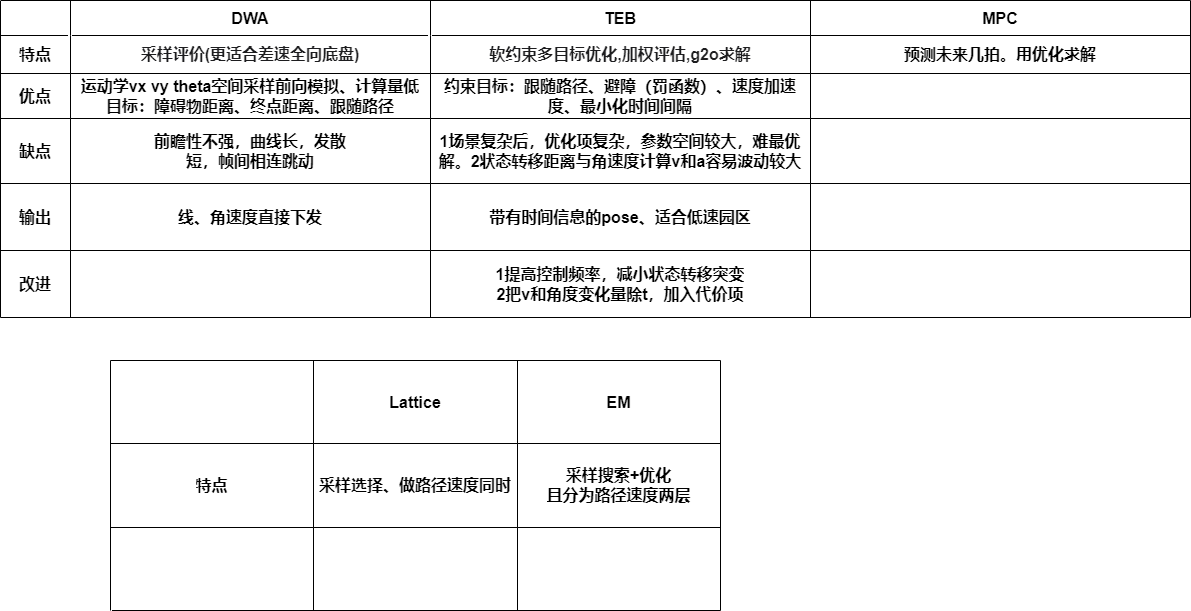
The draw.io diagram fisrst.drawio.png in JonHarold/MAPF, before a commit. Source tidied: cells renumbered, new cells last; positions are measured from the earlier drawing's top-left corner, leaving out a move shared by most shapes.
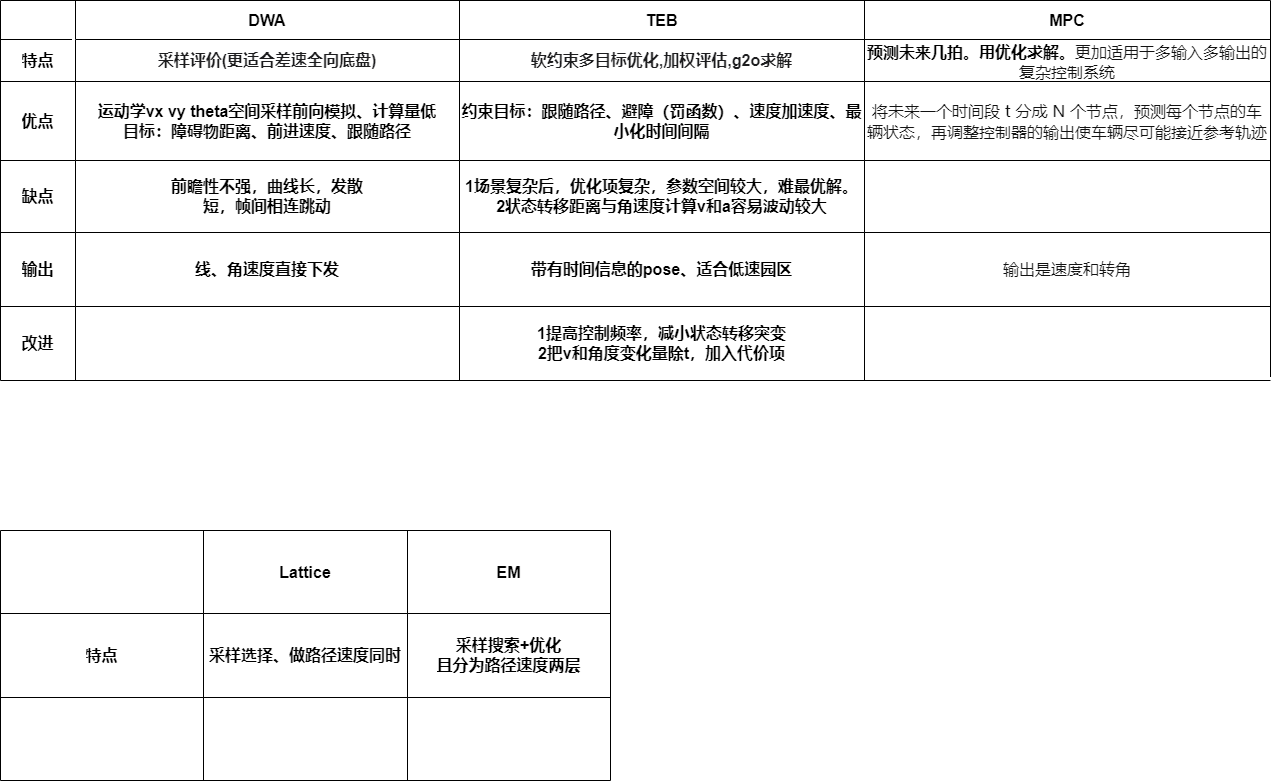
After the commit.

Diff of the diagram source:
```diff
@@ -3,100 +3,100 @@
     <mxCell id="0" />
     <mxCell id="1" parent="0" />
     <mxCell id="2" style="shape=table;startSize=0;fontSize=16;fontStyle=1;" parent="1" vertex="1">
-      <mxGeometry width="1190" height="317" as="geometry" />
+      <mxGeometry x="-10" width="1270" height="380" as="geometry" />
     </mxCell>
     <mxCell id="3" style="shape=tableRow;horizontal=0;startSize=0;swimlaneHead=0;swimlaneBody=0;top=0;left=0;bottom=0;right=0;fillColor=none;fontSize=16;fontStyle=1;" parent="2" vertex="1">
-      <mxGeometry width="1190" height="35" as="geometry" />
+      <mxGeometry width="1270" height="39" as="geometry" />
     </mxCell>
     <mxCell id="4" style="shape=partialRectangle;html=1;whiteSpace=wrap;overflow=hidden;fillColor=none;top=0;left=0;bottom=0;right=0;fontSize=16;fontStyle=1;" parent="3" vertex="1">
-      <mxGeometry width="70" height="35" as="geometry" />
+      <mxGeometry width="75" height="39" as="geometry" />
     </mxCell>
     <mxCell id="5" value="DWA" style="shape=partialRectangle;html=1;whiteSpace=wrap;overflow=hidden;fillColor=none;top=0;left=0;bottom=0;right=0;fontSize=16;fontStyle=1;" parent="3" vertex="1">
-      <mxGeometry x="70" width="360" height="35" as="geometry" />
+      <mxGeometry x="75" width="384" height="39" as="geometry" />
     </mxCell>
     <mxCell id="6" value="TEB" style="shape=partialRectangle;html=1;whiteSpace=wrap;overflow=hidden;fillColor=none;top=0;left=0;bottom=0;right=0;fontSize=16;fontStyle=1;" parent="3" vertex="1">
-      <mxGeometry x="430" width="380" height="35" as="geometry" />
+      <mxGeometry x="459" width="405" height="39" as="geometry" />
     </mxCell>
     <mxCell id="7" value="MPC" style="shape=partialRectangle;html=1;whiteSpace=wrap;overflow=hidden;fillColor=none;top=0;left=0;bottom=0;right=0;fontSize=16;fontStyle=1;" parent="3" vertex="1">
-      <mxGeometry x="810" width="380" height="35" as="geometry" />
+      <mxGeometry x="864" width="406" height="39" as="geometry" />
     </mxCell>
     <mxCell id="8" style="shape=tableRow;horizontal=0;startSize=0;swimlaneHead=0;swimlaneBody=0;top=0;left=0;bottom=0;right=0;fillColor=none;fontSize=16;fontStyle=1;" parent="2" vertex="1">
-      <mxGeometry y="35" width="1190" height="38" as="geometry" />
+      <mxGeometry y="39" width="1270" height="42" as="geometry" />
     </mxCell>
     <mxCell id="9" value="特点" style="shape=partialRectangle;html=1;whiteSpace=wrap;overflow=hidden;fillColor=none;top=0;left=0;bottom=0;right=0;fontSize=16;fontStyle=1;" parent="8" vertex="1">
-      <mxGeometry width="70" height="38" as="geometry" />
+      <mxGeometry width="75" height="42" as="geometry" />
     </mxCell>
     <mxCell id="10" value="&lt;span style=&quot;color: rgb(29, 29, 31); font-family: SourceSansPro, -apple-system, &amp;quot;PingFang SC&amp;quot;, &amp;quot;Apple Color Emoji&amp;quot;, BlinkMacSystemFont, Helvetica, Arial, &amp;quot;Segoe UI Emoji&amp;quot;, &amp;quot;Segoe UI Symbol&amp;quot;, &amp;quot;Microsoft YaHei&amp;quot;, 微软雅黑, 黑体, Heiti, sans-serif, SimSun, 宋体, serif; font-size: 16px; text-align: start; background-color: rgb(255, 255, 255);&quot;&gt;采样评价(更适合差速全向底盘)&lt;/span&gt;" style="shape=partialRectangle;html=1;whiteSpace=wrap;overflow=hidden;fillColor=none;top=0;left=0;bottom=0;right=0;fontSize=16;fontStyle=1;" parent="8" vertex="1">
-      <mxGeometry x="70" width="360" height="38" as="geometry" />
+      <mxGeometry x="75" width="384" height="42" as="geometry" />
     </mxCell>
     <mxCell id="11" value="&lt;span style=&quot;color: rgb(29, 29, 31); font-family: SourceSansPro, -apple-system, &amp;quot;PingFang SC&amp;quot;, &amp;quot;Apple Color Emoji&amp;quot;, BlinkMacSystemFont, Helvetica, Arial, &amp;quot;Segoe UI Emoji&amp;quot;, &amp;quot;Segoe UI Symbol&amp;quot;, &amp;quot;Microsoft YaHei&amp;quot;, 微软雅黑, 黑体, Heiti, sans-serif, SimSun, 宋体, serif; font-size: 16px; text-align: start; background-color: rgb(255, 255, 255);&quot;&gt;软约束多目标优化,加权评估,g2o求解&lt;/span&gt;" style="shape=partialRectangle;html=1;whiteSpace=wrap;overflow=hidden;fillColor=none;top=0;left=0;bottom=0;right=0;fontSize=16;fontStyle=1;" parent="8" vertex="1">
-      <mxGeometry x="430" width="380" height="38" as="geometry" />
+      <mxGeometry x="459" width="405" height="42" as="geometry" />
     </mxCell>
-    <mxCell id="12" value="预测未来几拍。用优化求解" style="shape=partialRectangle;html=1;whiteSpace=wrap;overflow=hidden;fillColor=none;top=0;left=0;bottom=0;right=0;fontSize=16;fontStyle=1;" parent="8" vertex="1">
-      <mxGeometry x="810" width="380" height="38" as="geometry" />
+    <mxCell id="12" value="预测未来几拍。用优化求解。&lt;span style=&quot;color: rgb(18, 18, 18); font-family: -apple-system, BlinkMacSystemFont, &amp;quot;Helvetica Neue&amp;quot;, &amp;quot;PingFang SC&amp;quot;, &amp;quot;Microsoft YaHei&amp;quot;, &amp;quot;Source Han Sans SC&amp;quot;, &amp;quot;Noto Sans CJK SC&amp;quot;, &amp;quot;WenQuanYi Micro Hei&amp;quot;, sans-serif; font-size: medium; font-weight: 400; text-align: start; background-color: rgb(255, 255, 255);&quot;&gt;更加适用于多输入多输出的复杂控制系统&lt;/span&gt;" style="shape=partialRectangle;html=1;whiteSpace=wrap;overflow=hidden;fillColor=none;top=0;left=0;bottom=0;right=0;fontSize=16;fontStyle=1;" parent="8" vertex="1">
+      <mxGeometry x="864" width="406" height="42" as="geometry" />
     </mxCell>
     <mxCell id="13" style="shape=tableRow;horizontal=0;startSize=0;swimlaneHead=0;swimlaneBody=0;top=0;left=0;bottom=0;right=0;fillColor=none;fontSize=16;fontStyle=1;" parent="2" vertex="1">
-      <mxGeometry y="73" width="1190" height="45" as="geometry" />
+      <mxGeometry y="81" width="1270" height="79" as="geometry" />
     </mxCell>
     <mxCell id="14" value="优点" style="shape=partialRectangle;html=1;whiteSpace=wrap;overflow=hidden;fillColor=none;top=0;left=0;bottom=0;right=0;fontSize=16;fontStyle=1;" parent="13" vertex="1">
-      <mxGeometry width="70" height="45" as="geometry" />
+      <mxGeometry width="75" height="79" as="geometry" />
     </mxCell>
-    <mxCell id="15" value="运动学vx vy theta空间采样前向模拟、计算量低&lt;br&gt;目标：障碍物距离、终点距离、跟随路径" style="shape=partialRectangle;html=1;whiteSpace=wrap;overflow=hidden;fillColor=none;top=0;left=0;bottom=0;right=0;fontSize=16;fontStyle=1;" parent="13" vertex="1">
-      <mxGeometry x="70" width="360" height="45" as="geometry" />
+    <mxCell id="15" value="运动学vx vy theta空间采样前向模拟、计算量低&lt;br&gt;目标：障碍物距离、前进速度、跟随路径" style="shape=partialRectangle;html=1;whiteSpace=wrap;overflow=hidden;fillColor=none;top=0;left=0;bottom=0;right=0;fontSize=16;fontStyle=1;" parent="13" vertex="1">
+      <mxGeometry x="75" width="384" height="79" as="geometry" />
     </mxCell>
     <mxCell id="16" value="约束目标：跟随路径、避障（罚函数）、速度加速度、最小化时间间隔" style="shape=partialRectangle;html=1;whiteSpace=wrap;overflow=hidden;fillColor=none;top=0;left=0;bottom=0;right=0;fontSize=16;fontStyle=1;" parent="13" vertex="1">
-      <mxGeometry x="430" width="380" height="45" as="geometry" />
+      <mxGeometry x="459" width="405" height="79" as="geometry" />
     </mxCell>
-    <mxCell id="17" style="shape=partialRectangle;html=1;whiteSpace=wrap;overflow=hidden;fillColor=none;top=0;left=0;bottom=0;right=0;fontSize=16;fontStyle=1;" parent="13" vertex="1">
-      <mxGeometry x="810" width="380" height="45" as="geometry" />
+    <mxCell id="17" value="&lt;span style=&quot;color: rgb(18, 18, 18); font-family: -apple-system, BlinkMacSystemFont, &amp;quot;Helvetica Neue&amp;quot;, &amp;quot;PingFang SC&amp;quot;, &amp;quot;Microsoft YaHei&amp;quot;, &amp;quot;Source Han Sans SC&amp;quot;, &amp;quot;Noto Sans CJK SC&amp;quot;, &amp;quot;WenQuanYi Micro Hei&amp;quot;, sans-serif; font-size: medium; font-weight: 400; text-align: start; background-color: rgb(255, 255, 255);&quot;&gt;将未来一个时间段 t 分成 N 个节点，预测每个节点的车辆状态，再调整控制器的输出使车辆尽可能接近参考轨迹&lt;/span&gt;" style="shape=partialRectangle;html=1;whiteSpace=wrap;overflow=hidden;fillColor=none;top=0;left=0;bottom=0;right=0;fontSize=16;fontStyle=1;" parent="13" vertex="1">
+      <mxGeometry x="864" width="406" height="79" as="geometry" />
     </mxCell>
     <mxCell id="18" style="shape=tableRow;horizontal=0;startSize=0;swimlaneHead=0;swimlaneBody=0;top=0;left=0;bottom=0;right=0;fillColor=none;fontSize=16;fontStyle=1;" parent="2" vertex="1">
-      <mxGeometry y="118" width="1190" height="65" as="geometry" />
+      <mxGeometry y="160" width="1270" height="72" as="geometry" />
     </mxCell>
     <mxCell id="19" value="缺点" style="shape=partialRectangle;html=1;whiteSpace=wrap;overflow=hidden;fillColor=none;top=0;left=0;bottom=0;right=0;fontSize=16;fontStyle=1;" parent="18" vertex="1">
-      <mxGeometry width="70" height="65" as="geometry" />
+      <mxGeometry width="75" height="72" as="geometry" />
     </mxCell>
     <mxCell id="20" value="前瞻性不强，曲线长，发散&lt;br style=&quot;font-size: 16px;&quot;&gt;短，帧间相连跳动" style="shape=partialRectangle;html=1;whiteSpace=wrap;overflow=hidden;fillColor=none;top=0;left=0;bottom=0;right=0;fontSize=16;fontStyle=1;" parent="18" vertex="1">
-      <mxGeometry x="70" width="360" height="65" as="geometry" />
+      <mxGeometry x="75" width="384" height="72" as="geometry" />
     </mxCell>
-    <mxCell id="21" value="1场景复杂后，优化项复杂，参数空间较大，难最优解。2状态转移距离与角速度计算v和a容易波动较大" style="shape=partialRectangle;html=1;whiteSpace=wrap;overflow=hidden;fillColor=none;top=0;left=0;bottom=0;right=0;fontSize=16;fontStyle=1;" parent="18" vertex="1">
-      <mxGeometry x="430" width="380" height="65" as="geometry" />
+    <mxCell id="21" value="1场景复杂后，优化项复杂，参数空间较大，难最优解。&lt;br&gt;2状态转移距离与角速度计算v和a容易波动较大" style="shape=partialRectangle;html=1;whiteSpace=wrap;overflow=hidden;fillColor=none;top=0;left=0;bottom=0;right=0;fontSize=16;fontStyle=1;" parent="18" vertex="1">
+      <mxGeometry x="459" width="405" height="72" as="geometry" />
     </mxCell>
     <mxCell id="22" style="shape=partialRectangle;html=1;whiteSpace=wrap;overflow=hidden;fillColor=none;top=0;left=0;bottom=0;right=0;fontSize=16;fontStyle=1;" parent="18" vertex="1">
-      <mxGeometry x="810" width="380" height="65" as="geometry" />
+      <mxGeometry x="864" width="406" height="72" as="geometry" />
     </mxCell>
     <mxCell id="23" style="shape=tableRow;horizontal=0;startSize=0;swimlaneHead=0;swimlaneBody=0;top=0;left=0;bottom=0;right=0;fillColor=none;fontSize=16;fontStyle=1;" parent="2" vertex="1">
-      <mxGeometry y="183" width="1190" height="67" as="geometry" />
+      <mxGeometry y="232" width="1270" height="74" as="geometry" />
     </mxCell>
     <mxCell id="24" value="输出" style="shape=partialRectangle;html=1;whiteSpace=wrap;overflow=hidden;fillColor=none;top=0;left=0;bottom=0;right=0;fontSize=16;fontStyle=1;" parent="23" vertex="1">
-      <mxGeometry width="70" height="67" as="geometry" />
+      <mxGeometry width="75" height="74" as="geometry" />
     </mxCell>
     <mxCell id="25" value="线、角速度直接下发" style="shape=partialRectangle;html=1;whiteSpace=wrap;overflow=hidden;fillColor=none;top=0;left=0;bottom=0;right=0;fontSize=16;fontStyle=1;" parent="23" vertex="1">
-      <mxGeometry x="70" width="360" height="67" as="geometry" />
+      <mxGeometry x="75" width="384" height="74" as="geometry" />
     </mxCell>
     <mxCell id="26" value="带有时间信息的pose、适合低速园区" style="shape=partialRectangle;html=1;whiteSpace=wrap;overflow=hidden;fillColor=none;top=0;left=0;bottom=0;right=0;fontSize=16;fontStyle=1;" parent="23" vertex="1">
-      <mxGeometry x="430" width="380" height="67" as="geometry" />
+      <mxGeometry x="459" width="405" height="74" as="geometry" />
     </mxCell>
-    <mxCell id="27" style="shape=partialRectangle;html=1;whiteSpace=wrap;overflow=hidden;fillColor=none;top=0;left=0;bottom=0;right=0;fontSize=16;fontStyle=1;" parent="23" vertex="1">
-      <mxGeometry x="810" width="380" height="67" as="geometry" />
+    <mxCell id="27" value="&lt;span style=&quot;color: rgb(18, 18, 18); font-family: -apple-system, BlinkMacSystemFont, &amp;quot;Helvetica Neue&amp;quot;, &amp;quot;PingFang SC&amp;quot;, &amp;quot;Microsoft YaHei&amp;quot;, &amp;quot;Source Han Sans SC&amp;quot;, &amp;quot;Noto Sans CJK SC&amp;quot;, &amp;quot;WenQuanYi Micro Hei&amp;quot;, sans-serif; font-size: medium; font-weight: 400; text-align: start; background-color: rgb(255, 255, 255);&quot;&gt;输出是速度和转角&lt;/span&gt;" style="shape=partialRectangle;html=1;whiteSpace=wrap;overflow=hidden;fillColor=none;top=0;left=0;bottom=0;right=0;fontSize=16;fontStyle=1;" parent="23" vertex="1">
+      <mxGeometry x="864" width="406" height="74" as="geometry" />
     </mxCell>
     <mxCell id="28" style="shape=tableRow;horizontal=0;startSize=0;swimlaneHead=0;swimlaneBody=0;top=0;left=0;bottom=0;right=0;fillColor=none;fontSize=16;fontStyle=1;" parent="2" vertex="1">
-      <mxGeometry y="250" width="1190" height="67" as="geometry" />
+      <mxGeometry y="306" width="1270" height="74" as="geometry" />
     </mxCell>
     <mxCell id="29" value="改进" style="shape=partialRectangle;html=1;whiteSpace=wrap;overflow=hidden;fillColor=none;top=0;left=0;bottom=0;right=0;fontSize=16;fontStyle=1;" parent="28" vertex="1">
-      <mxGeometry width="70" height="67" as="geometry" />
+      <mxGeometry width="75" height="74" as="geometry" />
     </mxCell>
     <mxCell id="30" style="shape=partialRectangle;html=1;whiteSpace=wrap;overflow=hidden;fillColor=none;top=0;left=0;bottom=0;right=0;fontSize=16;fontStyle=1;" parent="28" vertex="1">
-      <mxGeometry x="70" width="360" height="67" as="geometry" />
+      <mxGeometry x="75" width="384" height="74" as="geometry" />
     </mxCell>
     <mxCell id="31" value="1提高控制频率，减小状态转移突变&lt;br&gt;2把v和角度变化量除t，加入代价项" style="shape=partialRectangle;html=1;whiteSpace=wrap;overflow=hidden;fillColor=none;top=0;left=0;bottom=0;right=0;fontSize=16;fontStyle=1;" parent="28" vertex="1">
-      <mxGeometry x="430" width="380" height="67" as="geometry" />
+      <mxGeometry x="459" width="405" height="74" as="geometry" />
     </mxCell>
     <mxCell id="32" style="shape=partialRectangle;html=1;whiteSpace=wrap;overflow=hidden;fillColor=none;top=0;left=0;bottom=0;right=0;fontSize=16;fontStyle=1;" parent="28" vertex="1">
-      <mxGeometry x="810" width="380" height="67" as="geometry" />
+      <mxGeometry x="864" width="406" height="74" as="geometry" />
     </mxCell>
     <mxCell id="33" style="shape=table;startSize=0;fontSize=16;fontStyle=1;" parent="1" vertex="1">
-      <mxGeometry x="110" y="360" width="610" height="250" as="geometry" />
+      <mxGeometry x="-10" y="530" width="610" height="250" as="geometry" />
     </mxCell>
     <mxCell id="34" style="shape=tableRow;horizontal=0;startSize=0;swimlaneHead=0;swimlaneBody=0;top=0;left=0;bottom=0;right=0;fillColor=none;fontSize=16;fontStyle=1;" parent="33" vertex="1">
       <mxGeometry width="610" height="83" as="geometry" />
```
